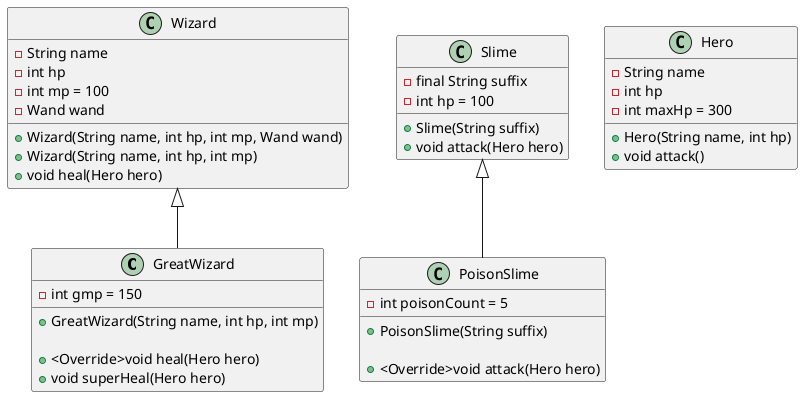
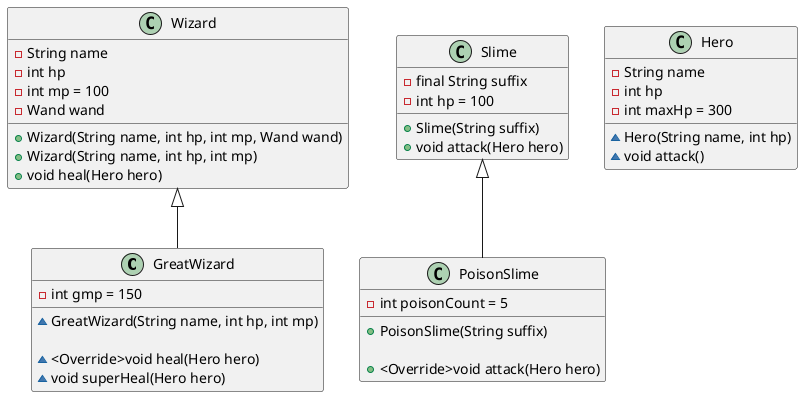
@startuml
scale 1

class GreatWizard extends Wizard {
    -int gmp = 150
-     +GreatWizard(String name, int hp, int mp)
+     ~GreatWizard(String name, int hp, int mp)

-     +<Override>void heal(Hero hero)
-     +void superHeal(Hero hero)
+     ~<Override>void heal(Hero hero)
+     ~void superHeal(Hero hero)
}

class Wizard {
    -String name
    -int hp
    -int mp = 100
    -Wand wand

    +Wizard(String name, int hp, int mp, Wand wand)
    +Wizard(String name, int hp, int mp)
    +void heal(Hero hero)
}


class PoisonSlime extends Slime {
    -int poisonCount = 5

    +PoisonSlime(String suffix)

    +<Override>void attack(Hero hero)
}

class Slime {
    -final String suffix
    -int hp = 100

    +Slime(String suffix)
    +void attack(Hero hero)
}

class Hero {
    -String name
    -int hp
    -int maxHp = 300

-     +Hero(String name, int hp)
-     +void attack()
+     ~Hero(String name, int hp)
+     ~void attack()
}


@enduml